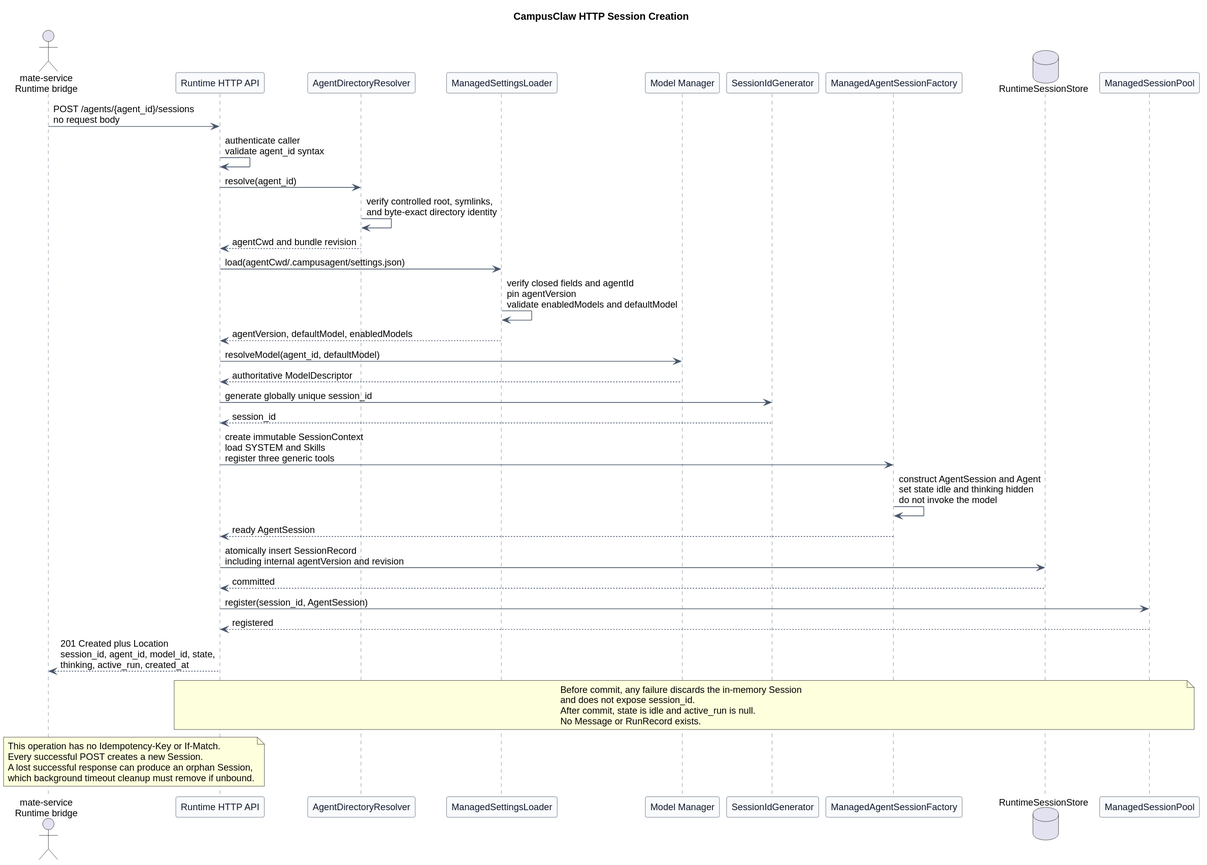
This is pi-mono-java-manager-driven-multi-agent-runtime/http_session_creation.svg from ssm0808/pi-mono-java-design, a PlantUML export, as it was before one commit.
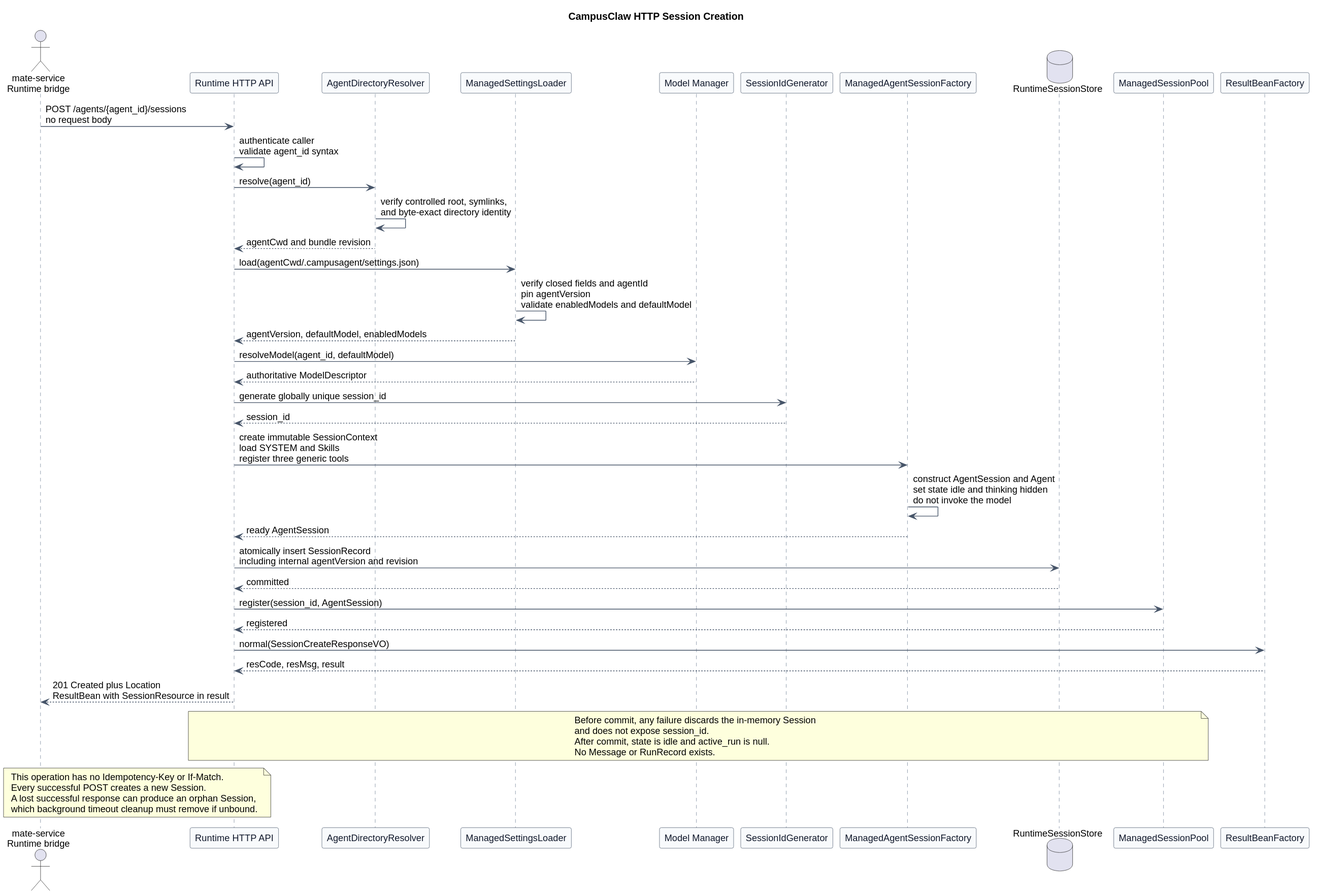
The same file after the commit.

Commit message:
docs: align session API with result bean

Diff of the diagram source:
```diff
@@ -28,6 +28,7 @@
 participant "ManagedAgentSessionFactory" as Factory
 database "RuntimeSessionStore" as Store
 participant "ManagedSessionPool" as Pool
+participant "ResultBeanFactory" as ResultFactory
 
 Mate -> API : POST /agents/{agent_id}/sessions\nno request body
 API -> API : authenticate caller\nvalidate agent_id syntax
@@ -48,7 +49,9 @@
 Store --> API : committed
 API -> Pool : register(session_id, AgentSession)
 Pool --> API : registered
-API --> Mate : 201 Created plus Location\nsession_id, agent_id, model_id, state,\nthinking, active_run, created_at
+API -> ResultFactory : normal(SessionCreateResponseVO)
+ResultFactory --> API : resCode, resMsg, result
+API --> Mate : 201 Created plus Location\nResultBean with SessionResource in result
 
 note over API,Pool
 Before commit, any failure discards the in-memory Session
```
